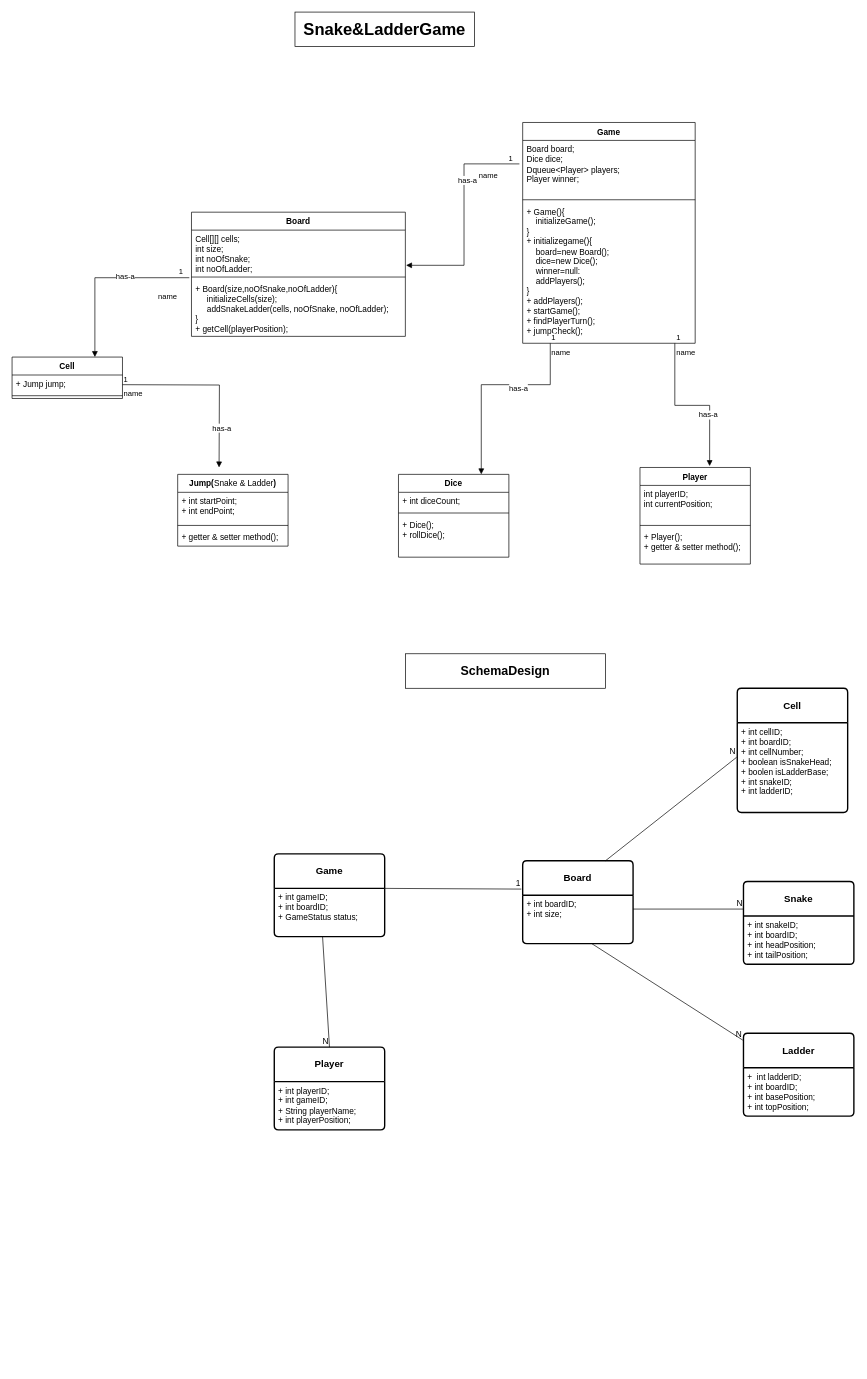
The draw.io diagram page "SnakeLadderGame" (11 of 14) of Untitled Diagram.drawio in aryan113/UML-diagram, before the edit. Source tidied: cells renumbered, new cells numbered last; positions are measured from the earlier drawing's top-left corner, leaving out a move shared by most shapes. Both pictures are drawn from the tidied source at 69%, with x=0, y=0 at pixel (12, 12).
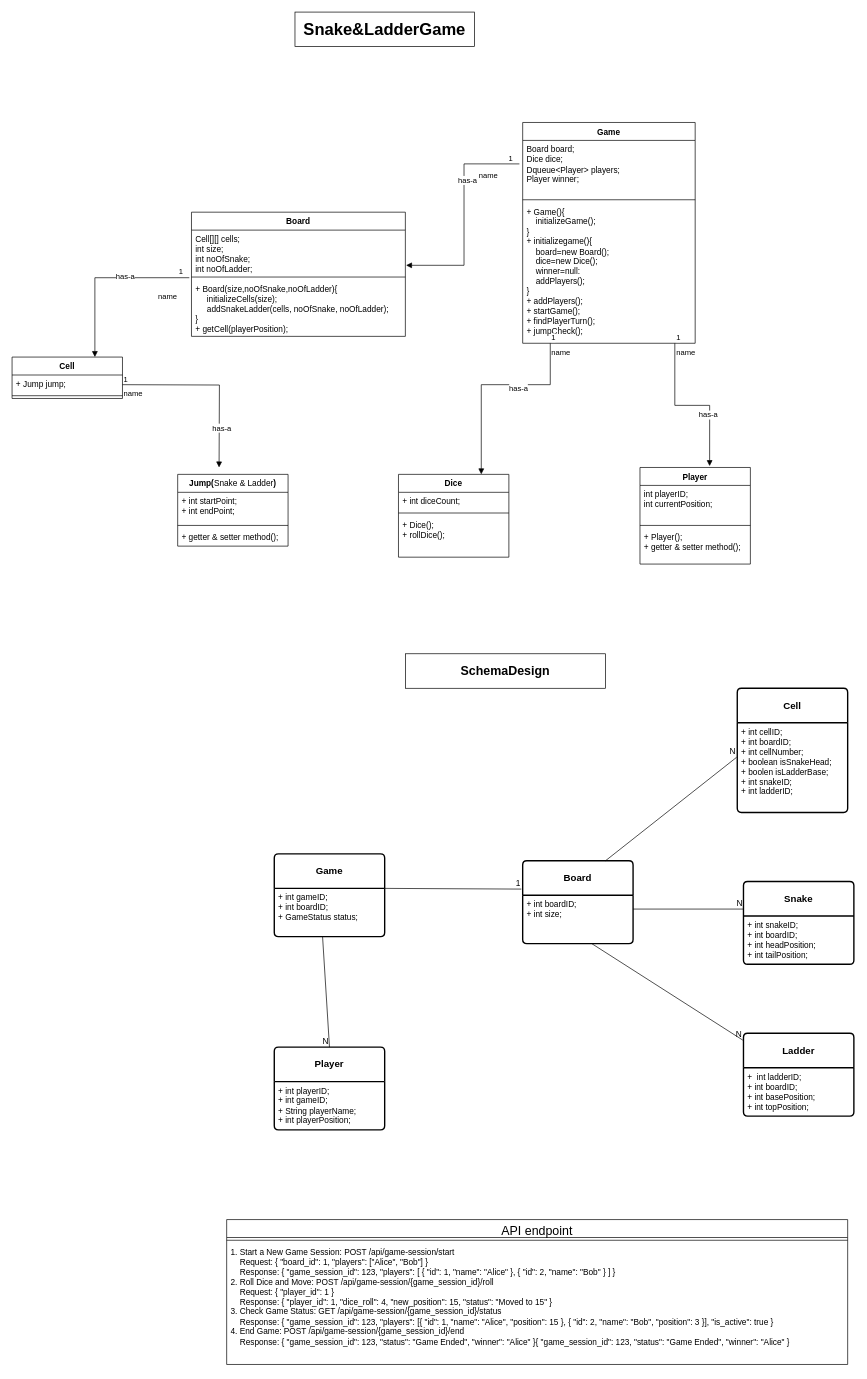
The same page after the edit.

The edit, as a diff of the source:
```diff
@@
+    <mxCell id="65" value="&lt;span style=&quot;font-weight: normal;&quot;&gt;&lt;font style=&quot;font-size: 18px;&quot;&gt;API endpoint&lt;/font&gt;&lt;/span&gt;" style="swimlane;fontStyle=1;align=center;verticalAlign=top;horizontal=1;startSize=26;whiteSpace=wrap;html=1;" parent="1" vertex="1">
+      <mxGeometry x="311" y="1750" width="900" height="210" as="geometry" />
+    </mxCell>
+    <mxCell id="66" style="line;strokeWidth=1;fillColor=none;align=left;verticalAlign=middle;spacingTop=-1;spacingLeft=3;spacingRight=3;labelPosition=right;strokeColor=inherit;" parent="65" vertex="1">
+      <mxGeometry y="26" width="900" height="8" as="geometry" />
+    </mxCell>
+    <mxCell id="67" value="1. Start a New Game Session: POST /api/game-session/start&lt;div&gt;&amp;nbsp; &amp;nbsp; Request:&amp;nbsp;&lt;span style=&quot;background-color: initial;&quot;&gt;{ &quot;board_id&quot;: 1, &quot;players&quot;: [&quot;Alice&quot;, &quot;Bob&quot;] }&lt;/span&gt;&lt;/div&gt;&lt;div&gt;&lt;span style=&quot;background-color: initial;&quot;&gt;&amp;nbsp; &amp;nbsp; Response:&amp;nbsp;&lt;/span&gt;&lt;span style=&quot;background-color: initial;&quot;&gt;{ &quot;game_session_id&quot;: 123, &quot;players&quot;: [ { &quot;id&quot;: 1, &quot;name&quot;: &quot;Alice&quot; }, { &quot;id&quot;: 2, &quot;name&quot;: &quot;Bob&quot; } ] }&lt;/span&gt;&lt;/div&gt;&lt;div&gt;&lt;span style=&quot;background-color: initial;&quot;&gt;2.&amp;nbsp;&lt;/span&gt;&lt;span style=&quot;background-color: initial;&quot;&gt;Roll Dice and Move:&amp;nbsp;&lt;/span&gt;&lt;span style=&quot;background-color: initial;&quot;&gt;POST /api/game-session/{game_session_id}/roll&lt;br&gt;&amp;nbsp; &amp;nbsp; Request:&amp;nbsp;&lt;/span&gt;&lt;span style=&quot;background-color: initial;&quot;&gt;{ &quot;player_id&quot;: 1 }&lt;/span&gt;&lt;/div&gt;&lt;div&gt;&lt;span style=&quot;background-color: initial;&quot;&gt;&amp;nbsp; &amp;nbsp; Response:&amp;nbsp;&lt;/span&gt;&lt;span style=&quot;background-color: initial;&quot;&gt;{ &quot;player_id&quot;: 1, &quot;dice_roll&quot;: 4, &quot;new_position&quot;: 15, &quot;status&quot;: &quot;Moved to 15&quot; }&lt;/span&gt;&lt;/div&gt;&lt;div&gt;&lt;span style=&quot;background-color: initial;&quot;&gt;3.&amp;nbsp;&lt;/span&gt;&lt;span style=&quot;background-color: initial;&quot;&gt;Check Game Status:&amp;nbsp;&lt;/span&gt;&lt;span style=&quot;background-color: initial;&quot;&gt;GET /api/game-session/{game_session_id}/status&lt;br&gt;&amp;nbsp; &amp;nbsp; Response:&amp;nbsp;&lt;/span&gt;&lt;span style=&quot;background-color: initial;&quot;&gt;{ &quot;game_session_id&quot;: 123, &quot;players&quot;: [{ &quot;id&quot;: 1, &quot;name&quot;: &quot;Alice&quot;, &quot;position&quot;: 15 }, { &quot;id&quot;: 2, &quot;name&quot;: &quot;Bob&quot;, &quot;position&quot;: 3 }], &quot;is_active&quot;: true }&lt;/span&gt;&lt;/div&gt;&lt;div&gt;&lt;span style=&quot;background-color: initial;&quot;&gt;4.&amp;nbsp;&lt;/span&gt;&lt;span style=&quot;background-color: initial;&quot;&gt;End Game:&amp;nbsp;&lt;/span&gt;&lt;span style=&quot;background-color: initial;&quot;&gt;POST /api/game-session/{game_session_id}/end&lt;/span&gt;&lt;/div&gt;&lt;div&gt;&lt;span style=&quot;background-color: initial;&quot;&gt;&amp;nbsp; &amp;nbsp; Response: &lt;/span&gt;&lt;span style=&quot;background-color: initial;&quot;&gt;{ &quot;game_session_id&quot;: 123, &quot;status&quot;: &quot;Game Ended&quot;, &quot;winner&quot;: &quot;Alice&quot; }&lt;/span&gt;&lt;span style=&quot;background-color: initial;&quot;&gt;{ &quot;game_session_id&quot;: 123, &quot;status&quot;: &quot;Game Ended&quot;, &quot;winner&quot;: &quot;Alice&quot; }&lt;/span&gt;&lt;/div&gt;" style="text;strokeColor=none;fillColor=none;align=left;verticalAlign=top;spacingLeft=4;spacingRight=4;overflow=hidden;whiteSpace=wrap;html=1;" parent="65" vertex="1">
+      <mxGeometry y="34" width="900" height="176" as="geometry" />
+    </mxCell>
```
